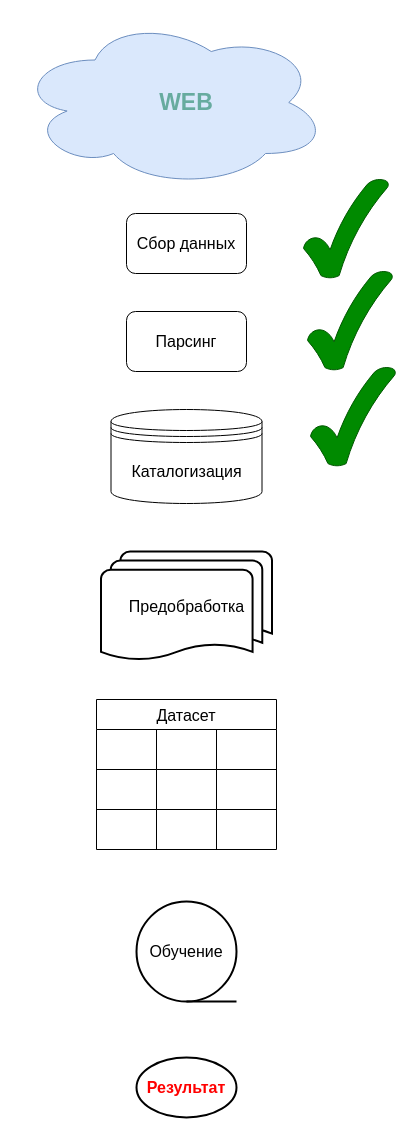
Before: page "התויית דרך" (1 of 4) of assets/draw.io/תקשורת-שרת-משתמש.drawio in hypo69/hypo, a draw.io diagram. Source tidied: cells renumbered, new cells numbered last; positions are measured from the earlier drawing's top-left corner, leaving out a move shared by most shapes. Both pictures are drawn from the tidied source at 100%, with x=0, y=0 at pixel (17, 17).
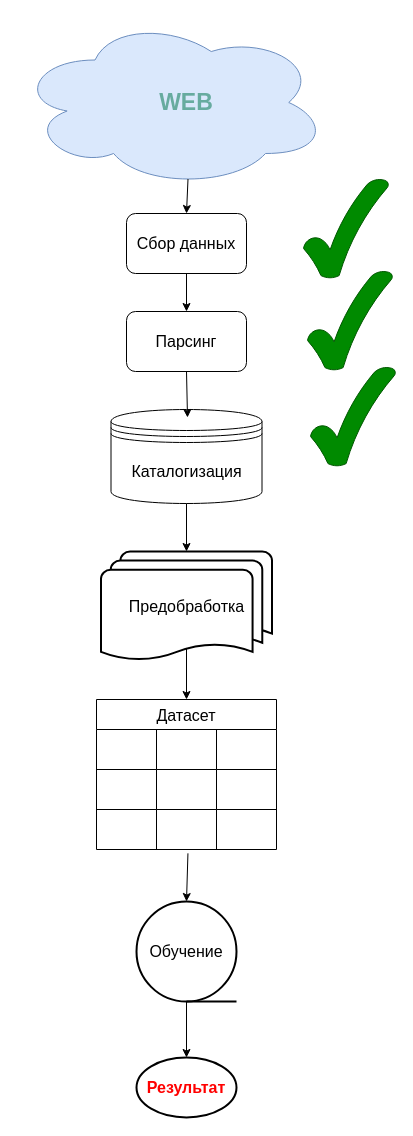
The same page after the edit.

Unchanged cells that the change refers to:
```xml
<mxCell id="2" style="ellipse;shape=cloud;whiteSpace=wrap;html=1;fillColor=#dae8fc;strokeColor=#6c8ebf;" parent="1" vertex="1">
  <mxGeometry width="310" height="170" as="geometry" />
</mxCell>
<mxCell id="4" value="&lt;font style=&quot;font-size: 16px;&quot;&gt;Сбор данных&lt;/font&gt;" style="rounded=1;whiteSpace=wrap;html=1;" parent="1" vertex="1">
  <mxGeometry x="109" y="196" width="120" height="60" as="geometry" />
</mxCell>
<mxCell id="5" value="&lt;font style=&quot;font-size: 16px;&quot;&gt;Парсинг&lt;/font&gt;" style="rounded=1;whiteSpace=wrap;html=1;" parent="1" vertex="1">
  <mxGeometry x="109" y="294" width="120" height="60" as="geometry" />
</mxCell>
<mxCell id="6" value="&lt;font style=&quot;font-size: 16px;&quot;&gt;Каталогизация&lt;/font&gt;" style="rounded=1;whiteSpace=wrap;html=1;shape=datastore;" parent="1" vertex="1">
  <mxGeometry x="93.5" y="392" width="151" height="94" as="geometry" />
</mxCell>
<mxCell id="7" value="Датасет" style="shape=table;startSize=30;childLayout=tableLayout;strokeColor=default;fontSize=16;" parent="1" vertex="1">
  <mxGeometry x="79" y="682" width="180" height="150" as="geometry" />
</mxCell>
<mxCell id="16" style="shape=tableRow;horizontal=0;startSize=0;swimlaneHead=0;swimlaneBody=0;strokeColor=inherit;top=0;left=0;bottom=0;right=0;fillColor=none;points=[[0,0.5],[1,0.5]];portConstraint=eastwest;fontSize=16;" parent="7" vertex="1">
  <mxGeometry y="110" width="180" height="40" as="geometry" />
</mxCell>
<mxCell id="20" value="&lt;font style=&quot;font-size: 16px;&quot;&gt;Предобработка&lt;/font&gt;" style="strokeWidth=2;html=1;shape=mxgraph.flowchart.multi-document;whiteSpace=wrap;" parent="1" vertex="1">
  <mxGeometry x="83.5" y="534" width="171" height="110" as="geometry" />
</mxCell>
<mxCell id="21" value="&lt;font style=&quot;font-size: 16px;&quot;&gt;Обучение&lt;/font&gt;" style="strokeWidth=2;html=1;shape=mxgraph.flowchart.sequential_data;whiteSpace=wrap;" parent="1" vertex="1">
  <mxGeometry x="119" y="884" width="100" height="100" as="geometry" />
</mxCell>
<mxCell id="22" value="&lt;font color=&quot;#ff0000&quot; style=&quot;font-size: 16px;&quot;&gt;&lt;b&gt;Результат&lt;/b&gt;&lt;/font&gt;" style="strokeWidth=2;html=1;shape=mxgraph.flowchart.start_1;whiteSpace=wrap;labelBackgroundColor=none;" parent="1" vertex="1">
  <mxGeometry x="119" y="1040" width="100" height="60" as="geometry" />
</mxCell>
```

Change to the diagram source:
```diff
@@
+    <mxCell id="26" style="endArrow=classic;html=1;rounded=0;exitX=0.55;exitY=0.95;exitDx=0;exitDy=0;exitPerimeter=0;entryX=0.5;entryY=0;entryDx=0;entryDy=0;" parent="1" edge="1" source="2" target="4">
+      <mxGeometry relative="1" as="geometry" />
+    </mxCell>
+    <mxCell id="27" style="endArrow=classic;html=1;rounded=0;entryX=0.5;entryY=0;entryDx=0;entryDy=0;exitX=0.5;exitY=1;exitDx=0;exitDy=0;" parent="1" edge="1" source="4" target="5">
+      <mxGeometry relative="1" as="geometry" />
+    </mxCell>
+    <mxCell id="28" style="endArrow=classic;html=1;rounded=0;exitX=0.5;exitY=1;exitDx=0;exitDy=0;" parent="1" edge="1" source="5">
+      <mxGeometry relative="1" as="geometry">
+        <mxPoint x="170" y="400" as="targetPoint" />
+      </mxGeometry>
+    </mxCell>
+    <mxCell id="29" style="endArrow=classic;html=1;rounded=0;exitX=0.5;exitY=1;exitDx=0;exitDy=0;entryX=0.5;entryY=0;entryDx=0;entryDy=0;entryPerimeter=0;" parent="1" edge="1" source="6" target="20">
+      <mxGeometry relative="1" as="geometry" />
+    </mxCell>
+    <mxCell id="30" style="endArrow=classic;html=1;rounded=0;exitX=0.5;exitY=0.88;exitDx=0;exitDy=0;exitPerimeter=0;entryX=0.5;entryY=0;entryDx=0;entryDy=0;" parent="1" edge="1" source="20" target="7">
+      <mxGeometry relative="1" as="geometry" />
+    </mxCell>
+    <mxCell id="31" style="endArrow=classic;html=1;rounded=0;exitX=0.508;exitY=1.096;exitDx=0;exitDy=0;exitPerimeter=0;entryX=0.5;entryY=0;entryDx=0;entryDy=0;entryPerimeter=0;" parent="1" edge="1" source="16" target="21">
+      <mxGeometry relative="1" as="geometry" />
+    </mxCell>
+    <mxCell id="32" style="endArrow=classic;html=1;rounded=0;exitX=0.5;exitY=1;exitDx=0;exitDy=0;exitPerimeter=0;entryX=0.5;entryY=0;entryDx=0;entryDy=0;entryPerimeter=0;" parent="1" edge="1" source="21" target="22">
+      <mxGeometry relative="1" as="geometry" />
+    </mxCell>
```
